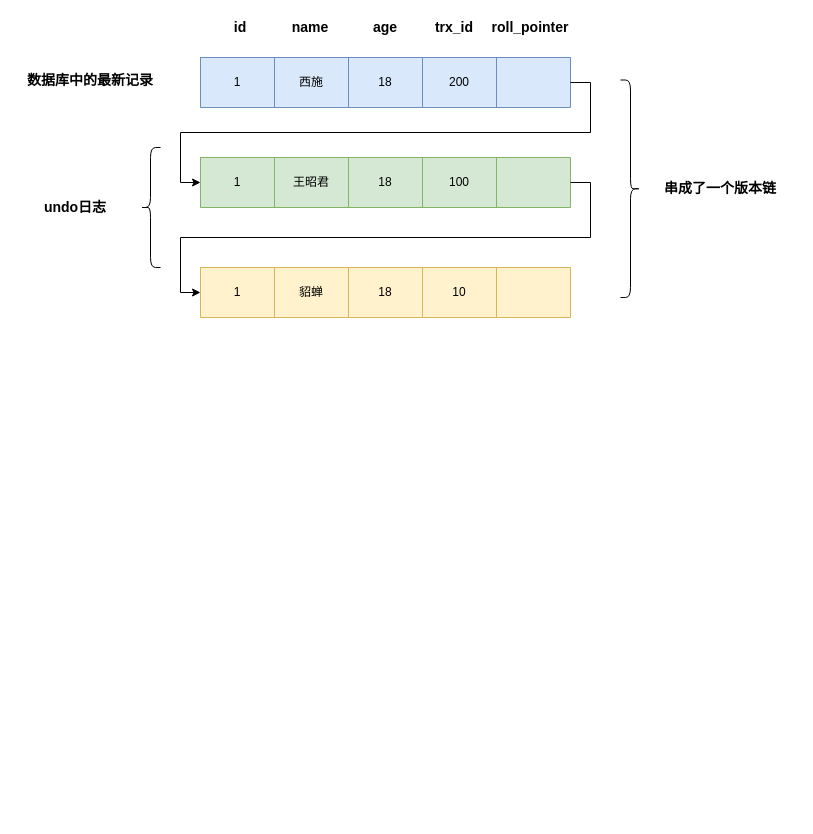
erlieStar/mysql-ask keeps this draw.io diagram as image/读已提交的版本链.drawio. Above is the earlier version. Source tidied: cells renumbered, new cells numbered last; positions are measured from the earlier drawing's top-left corner, leaving out a move shared by most shapes. Both pictures are drawn from the tidied source at 100%, with x=0, y=0 at pixel (20, 17).
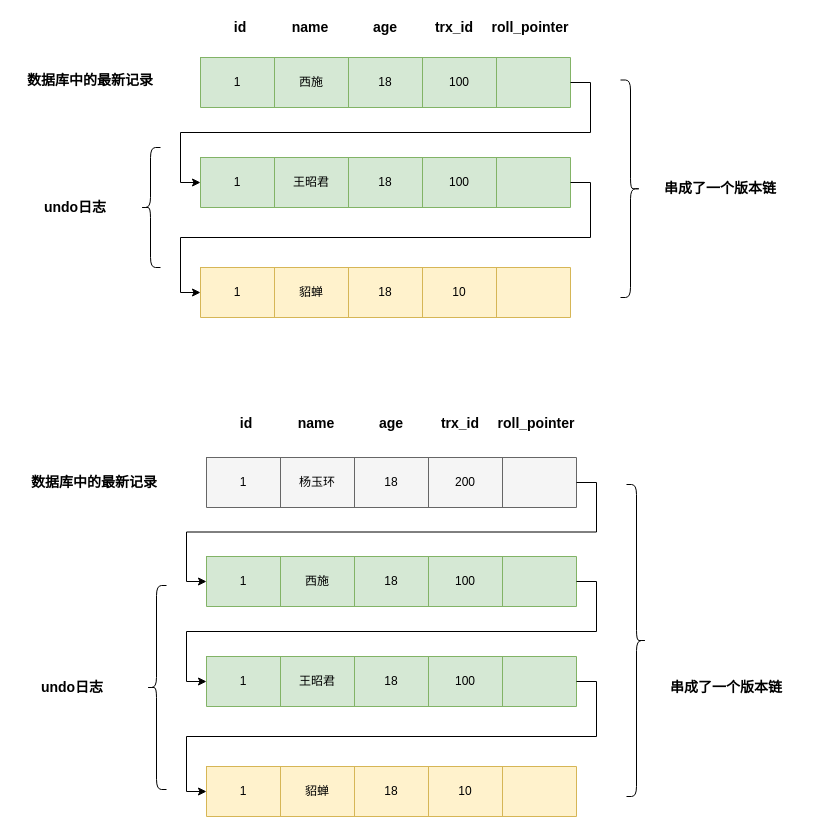
The same page after the edit.

Commit message (it also covers changes not shown here):
Update 读已提交的版本链.drawio

The change refers to these unchanged cells:
```xml
<mxCell id="3" style="shape=partialRectangle;html=1;whiteSpace=wrap;fillColor=none;top=0;left=0;bottom=0;right=0;points=[[0,0.5],[1,0.5]];portConstraint=eastwest;" parent="2" vertex="1">
  <mxGeometry width="370" height="50" as="geometry" />
</mxCell>
```

Diff of the diagram source:
```diff
@@
-    <mxCell id="2" style="shape=table;html=1;whiteSpace=wrap;startSize=0;childLayout=tableLayout;sketch=0;fillColor=#dae8fc;strokeColor=#6c8ebf;" parent="1" vertex="1">
+    <mxCell id="2" style="shape=table;html=1;whiteSpace=wrap;startSize=0;childLayout=tableLayout;sketch=0;fillColor=#d5e8d4;strokeColor=#82b366;" parent="1" vertex="1">
       <mxGeometry x="180" y="40" width="370" height="50" as="geometry" />
     </mxCell>
@@
-    <mxCell id="7" value="200" style="shape=partialRectangle;html=1;whiteSpace=wrap;fillColor=none;top=0;left=0;bottom=0;right=0;overflow=hidden;" parent="3" vertex="1">
+    <mxCell id="7" value="100" style="shape=partialRectangle;html=1;whiteSpace=wrap;fillColor=none;top=0;left=0;bottom=0;right=0;overflow=hidden;" parent="3" vertex="1">
       <mxGeometry x="222" width="74" height="50" as="geometry" />
     </mxCell>
@@
+    <mxCell id="35" style="shape=table;html=1;whiteSpace=wrap;startSize=0;childLayout=tableLayout;sketch=0;fillColor=#d5e8d4;strokeColor=#82b366;" parent="1" vertex="1">
+      <mxGeometry x="186" y="539" width="370" height="50" as="geometry" />
+    </mxCell>
+    <mxCell id="36" style="shape=partialRectangle;html=1;whiteSpace=wrap;fillColor=none;top=0;left=0;bottom=0;right=0;points=[[0,0.5],[1,0.5]];portConstraint=eastwest;" parent="35" vertex="1">
+      <mxGeometry width="370" height="50" as="geometry" />
+    </mxCell>
+    <mxCell id="37" value="1" style="shape=partialRectangle;html=1;whiteSpace=wrap;fillColor=none;top=0;left=0;bottom=0;right=0;overflow=hidden;" parent="36" vertex="1">
+      <mxGeometry width="74" height="50" as="geometry" />
+    </mxCell>
+    <mxCell id="38" value="西施" style="shape=partialRectangle;html=1;whiteSpace=wrap;fillColor=none;top=0;left=0;bottom=0;right=0;overflow=hidden;" parent="36" vertex="1">
+      <mxGeometry x="74" width="74" height="50" as="geometry" />
+    </mxCell>
+    <mxCell id="39" value="18" style="shape=partialRectangle;html=1;whiteSpace=wrap;fillColor=none;top=0;left=0;bottom=0;right=0;overflow=hidden;" parent="36" vertex="1">
+      <mxGeometry x="148" width="74" height="50" as="geometry" />
+    </mxCell>
+    <mxCell id="40" value="100" style="shape=partialRectangle;html=1;whiteSpace=wrap;fillColor=none;top=0;left=0;bottom=0;right=0;overflow=hidden;" parent="36" vertex="1">
+      <mxGeometry x="222" width="74" height="50" as="geometry" />
+    </mxCell>
+    <mxCell id="41" style="shape=partialRectangle;html=1;whiteSpace=wrap;fillColor=none;top=0;left=0;bottom=0;right=0;overflow=hidden;" parent="36" vertex="1">
+      <mxGeometry x="296" width="74" height="50" as="geometry" />
+    </mxCell>
+    <mxCell id="42" style="shape=table;html=1;whiteSpace=wrap;startSize=0;childLayout=tableLayout;sketch=0;fillColor=#d5e8d4;strokeColor=#82b366;" parent="1" vertex="1">
+      <mxGeometry x="186" y="639" width="370" height="50" as="geometry" />
+    </mxCell>
+    <mxCell id="43" style="shape=partialRectangle;html=1;whiteSpace=wrap;fillColor=none;top=0;left=0;bottom=0;right=0;points=[[0,0.5],[1,0.5]];portConstraint=eastwest;" parent="42" vertex="1">
+      <mxGeometry width="370" height="50" as="geometry" />
+    </mxCell>
+    <mxCell id="44" value="1" style="shape=partialRectangle;html=1;whiteSpace=wrap;fillColor=none;top=0;left=0;bottom=0;right=0;overflow=hidden;" parent="43" vertex="1">
+      <mxGeometry width="74" height="50" as="geometry" />
+    </mxCell>
+    <mxCell id="45" value="王昭君" style="shape=partialRectangle;html=1;whiteSpace=wrap;fillColor=none;top=0;left=0;bottom=0;right=0;overflow=hidden;" parent="43" vertex="1">
+      <mxGeometry x="74" width="74" height="50" as="geometry" />
+    </mxCell>
+    <mxCell id="46" value="18" style="shape=partialRectangle;html=1;whiteSpace=wrap;fillColor=none;top=0;left=0;bottom=0;right=0;overflow=hidden;" parent="43" vertex="1">
+      <mxGeometry x="148" width="74" height="50" as="geometry" />
+    </mxCell>
+    <mxCell id="47" value="100" style="shape=partialRectangle;html=1;whiteSpace=wrap;fillColor=none;top=0;left=0;bottom=0;right=0;overflow=hidden;" parent="43" vertex="1">
+      <mxGeometry x="222" width="74" height="50" as="geometry" />
+    </mxCell>
+    <mxCell id="48" style="shape=partialRectangle;html=1;whiteSpace=wrap;fillColor=none;top=0;left=0;bottom=0;right=0;overflow=hidden;" parent="43" vertex="1">
+      <mxGeometry x="296" width="74" height="50" as="geometry" />
+    </mxCell>
+    <mxCell id="49" style="shape=table;html=1;whiteSpace=wrap;startSize=0;childLayout=tableLayout;sketch=0;fillColor=#fff2cc;strokeColor=#d6b656;" parent="1" vertex="1">
+      <mxGeometry x="186" y="749" width="370" height="50" as="geometry" />
+    </mxCell>
+    <mxCell id="50" style="shape=partialRectangle;html=1;whiteSpace=wrap;fillColor=none;top=0;left=0;bottom=0;right=0;points=[[0,0.5],[1,0.5]];portConstraint=eastwest;" parent="49" vertex="1">
+      <mxGeometry width="370" height="50" as="geometry" />
+    </mxCell>
+    <mxCell id="51" value="1" style="shape=partialRectangle;html=1;whiteSpace=wrap;fillColor=none;top=0;left=0;bottom=0;right=0;overflow=hidden;" parent="50" vertex="1">
+      <mxGeometry width="74" height="50" as="geometry" />
+    </mxCell>
+    <mxCell id="52" value="貂蝉" style="shape=partialRectangle;html=1;whiteSpace=wrap;fillColor=none;top=0;left=0;bottom=0;right=0;overflow=hidden;" parent="50" vertex="1">
+      <mxGeometry x="74" width="74" height="50" as="geometry" />
+    </mxCell>
+    <mxCell id="53" value="18" style="shape=partialRectangle;html=1;whiteSpace=wrap;fillColor=none;top=0;left=0;bottom=0;right=0;overflow=hidden;" parent="50" vertex="1">
+      <mxGeometry x="148" width="74" height="50" as="geometry" />
+    </mxCell>
+    <mxCell id="54" value="10" style="shape=partialRectangle;html=1;whiteSpace=wrap;fillColor=none;top=0;left=0;bottom=0;right=0;overflow=hidden;" parent="50" vertex="1">
+      <mxGeometry x="222" width="74" height="50" as="geometry" />
+    </mxCell>
+    <mxCell id="55" style="shape=partialRectangle;html=1;whiteSpace=wrap;fillColor=none;top=0;left=0;bottom=0;right=0;overflow=hidden;" parent="50" vertex="1">
+      <mxGeometry x="296" width="74" height="50" as="geometry" />
+    </mxCell>
+    <mxCell id="56" style="edgeStyle=orthogonalEdgeStyle;rounded=0;jettySize=auto;html=1;exitX=1;exitY=0.5;exitDx=0;exitDy=0;entryX=0;entryY=0.5;entryDx=0;entryDy=0;sketch=0;shadow=0;" parent="1" edge="1" source="36" target="43">
+      <mxGeometry relative="1" as="geometry" />
+    </mxCell>
+    <mxCell id="57" style="edgeStyle=orthogonalEdgeStyle;rounded=0;jettySize=auto;html=1;exitX=1;exitY=0.5;exitDx=0;exitDy=0;entryX=0;entryY=0.5;entryDx=0;entryDy=0;sketch=0;shadow=0;" parent="1" edge="1" source="43" target="50">
+      <mxGeometry relative="1" as="geometry" />
+    </mxCell>
+    <mxCell id="58" value="&lt;b&gt;&lt;font style=&quot;font-size: 14px&quot;&gt;id&lt;/font&gt;&lt;/b&gt;" style="text;html=1;strokeColor=none;fillColor=none;align=center;verticalAlign=middle;whiteSpace=wrap;rounded=0;sketch=0;" parent="1" vertex="1">
+      <mxGeometry x="206" y="396" width="40" height="20" as="geometry" />
+    </mxCell>
+    <mxCell id="59" value="&lt;b&gt;&lt;font style=&quot;font-size: 14px&quot;&gt;name&lt;/font&gt;&lt;/b&gt;" style="text;html=1;strokeColor=none;fillColor=none;align=center;verticalAlign=middle;whiteSpace=wrap;rounded=0;sketch=0;" parent="1" vertex="1">
+      <mxGeometry x="276" y="396" width="40" height="20" as="geometry" />
+    </mxCell>
+    <mxCell id="60" value="&lt;b&gt;&lt;font style=&quot;font-size: 14px&quot;&gt;age&lt;/font&gt;&lt;/b&gt;" style="text;html=1;strokeColor=none;fillColor=none;align=center;verticalAlign=middle;whiteSpace=wrap;rounded=0;sketch=0;" parent="1" vertex="1">
+      <mxGeometry x="351" y="396" width="40" height="20" as="geometry" />
+    </mxCell>
+    <mxCell id="61" value="&lt;b&gt;&lt;font style=&quot;font-size: 14px&quot;&gt;trx_id&lt;/font&gt;&lt;/b&gt;" style="text;html=1;strokeColor=none;fillColor=none;align=center;verticalAlign=middle;whiteSpace=wrap;rounded=0;sketch=0;" parent="1" vertex="1">
+      <mxGeometry x="420" y="396" width="40" height="20" as="geometry" />
+    </mxCell>
+    <mxCell id="62" value="&lt;b&gt;&lt;font style=&quot;font-size: 14px&quot;&gt;roll_pointer&lt;/font&gt;&lt;/b&gt;" style="text;html=1;strokeColor=none;fillColor=none;align=center;verticalAlign=middle;whiteSpace=wrap;rounded=0;sketch=0;" parent="1" vertex="1">
+      <mxGeometry x="496" y="396" width="40" height="20" as="geometry" />
+    </mxCell>
+    <mxCell id="63" style="shape=curlyBracket;whiteSpace=wrap;html=1;rounded=1;sketch=0;" parent="1" vertex="1">
+      <mxGeometry x="126" y="568" width="20" height="204" as="geometry" />
+    </mxCell>
+    <mxCell id="64" style="shape=curlyBracket;whiteSpace=wrap;html=1;rounded=1;sketch=0;direction=west;" parent="1" vertex="1">
+      <mxGeometry x="606" y="467" width="20" height="312" as="geometry" />
+    </mxCell>
+    <mxCell id="65" value="&lt;b&gt;&lt;font style=&quot;font-size: 14px&quot;&gt;串成了一个版本链&lt;/font&gt;&lt;/b&gt;" style="text;html=1;strokeColor=none;fillColor=none;align=center;verticalAlign=middle;whiteSpace=wrap;rounded=0;sketch=0;" parent="1" vertex="1">
+      <mxGeometry x="636" y="662.8" width="140" height="15" as="geometry" />
+    </mxCell>
+    <mxCell id="66" style="shape=table;html=1;whiteSpace=wrap;startSize=0;childLayout=tableLayout;sketch=0;fillColor=#f5f5f5;strokeColor=#666666;fontColor=#333333;" parent="1" vertex="1">
+      <mxGeometry x="186" y="440" width="370" height="50" as="geometry" />
+    </mxCell>
+    <mxCell id="67" style="shape=partialRectangle;html=1;whiteSpace=wrap;fillColor=none;top=0;left=0;bottom=0;right=0;points=[[0,0.5],[1,0.5]];portConstraint=eastwest;" parent="66" vertex="1">
+      <mxGeometry width="370" height="50" as="geometry" />
+    </mxCell>
+    <mxCell id="68" value="1" style="shape=partialRectangle;html=1;whiteSpace=wrap;fillColor=none;top=0;left=0;bottom=0;right=0;overflow=hidden;" parent="67" vertex="1">
+      <mxGeometry width="74" height="50" as="geometry" />
+    </mxCell>
+    <mxCell id="69" value="杨玉环" style="shape=partialRectangle;html=1;whiteSpace=wrap;fillColor=none;top=0;left=0;bottom=0;right=0;overflow=hidden;" parent="67" vertex="1">
+      <mxGeometry x="74" width="74" height="50" as="geometry" />
+    </mxCell>
+    <mxCell id="70" value="18" style="shape=partialRectangle;html=1;whiteSpace=wrap;fillColor=none;top=0;left=0;bottom=0;right=0;overflow=hidden;" parent="67" vertex="1">
+      <mxGeometry x="148" width="74" height="50" as="geometry" />
+    </mxCell>
+    <mxCell id="71" value="200" style="shape=partialRectangle;html=1;whiteSpace=wrap;fillColor=none;top=0;left=0;bottom=0;right=0;overflow=hidden;" parent="67" vertex="1">
+      <mxGeometry x="222" width="74" height="50" as="geometry" />
+    </mxCell>
+    <mxCell id="72" style="shape=partialRectangle;html=1;whiteSpace=wrap;fillColor=none;top=0;left=0;bottom=0;right=0;overflow=hidden;" parent="67" vertex="1">
+      <mxGeometry x="296" width="74" height="50" as="geometry" />
+    </mxCell>
+    <mxCell id="73" style="edgeStyle=orthogonalEdgeStyle;rounded=0;jettySize=auto;html=1;exitX=1;exitY=0.5;exitDx=0;exitDy=0;entryX=0;entryY=0.5;entryDx=0;entryDy=0;" parent="1" edge="1" source="67" target="36">
+      <mxGeometry relative="1" as="geometry" />
+    </mxCell>
+    <mxCell id="74" value="&lt;b&gt;&lt;font style=&quot;font-size: 14px&quot;&gt;undo日志&lt;/font&gt;&lt;/b&gt;" style="text;html=1;strokeColor=none;fillColor=none;align=center;verticalAlign=middle;whiteSpace=wrap;rounded=0;sketch=0;" parent="1" vertex="1">
+      <mxGeometry x="-3" y="662.8" width="110" height="15" as="geometry" />
+    </mxCell>
+    <mxCell id="75" value="&lt;b&gt;&lt;font style=&quot;font-size: 14px&quot;&gt;数据库中的最新记录&lt;/font&gt;&lt;/b&gt;" style="text;html=1;strokeColor=none;fillColor=none;align=center;verticalAlign=middle;whiteSpace=wrap;rounded=0;sketch=0;" parent="1" vertex="1">
+      <mxGeometry x="4" y="457" width="140" height="15" as="geometry" />
+    </mxCell>
```
